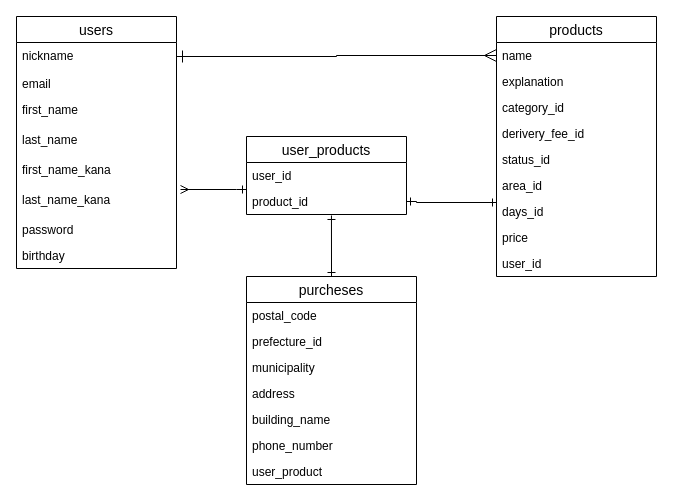
kiiii8r/furima_29728 keeps this draw.io diagram as er.dio. Above is the earlier version. Source tidied: cells renumbered, new cells numbered last; positions are measured from the earlier drawing's top-left corner, leaving out a move shared by most shapes. Both pictures are drawn from the tidied source at 100%, with x=0, y=0 at pixel (16, 16).
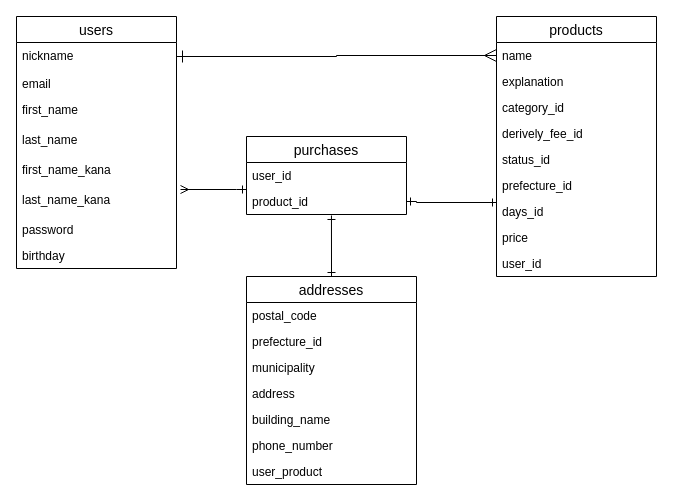
Above is the later version.

The change refers to these unchanged cells:
```xml
<mxCell id="2" value="products" style="swimlane;fontStyle=0;horizontal=1;startSize=26;align=center;fontSize=14;" parent="1" vertex="1">
  <mxGeometry x="480" width="160" height="260" as="geometry" />
</mxCell>
```

Diff of the diagram source:
```diff
@@
-    <mxCell id="6" value="derivery_fee_id" style="text;strokeColor=none;fillColor=none;spacingLeft=4;spacingRight=4;overflow=hidden;fontSize=12;" parent="2" vertex="1">
+    <mxCell id="6" value="derively_fee_id" style="text;strokeColor=none;fillColor=none;spacingLeft=4;spacingRight=4;overflow=hidden;fontSize=12;" parent="2" vertex="1">
       <mxGeometry y="104" width="160" height="26" as="geometry" />
     </mxCell>
@@
-    <mxCell id="8" value="area_id" style="text;strokeColor=none;fillColor=none;spacingLeft=4;spacingRight=4;overflow=hidden;fontSize=12;" parent="2" vertex="1">
+    <mxCell id="8" value="prefecture_id" style="text;strokeColor=none;fillColor=none;spacingLeft=4;spacingRight=4;overflow=hidden;fontSize=12;" parent="2" vertex="1">
       <mxGeometry y="156" width="160" height="26" as="geometry" />
     </mxCell>
@@
-    <mxCell id="24" value="purcheses" style="swimlane;fontStyle=0;horizontal=1;startSize=26;align=center;fontSize=14;swimlaneFillColor=none;" parent="1" vertex="1">
+    <mxCell id="24" value="addresses" style="swimlane;fontStyle=0;horizontal=1;startSize=26;align=center;fontSize=14;swimlaneFillColor=none;" parent="1" vertex="1">
       <mxGeometry x="230" y="260" width="170" height="208" as="geometry" />
     </mxCell>
@@
-    <mxCell id="33" value="user_products" style="swimlane;fontStyle=0;horizontal=1;startSize=26;align=center;fontSize=14;" parent="1" vertex="1">
+    <mxCell id="33" value="purchases" style="swimlane;fontStyle=0;horizontal=1;startSize=26;align=center;fontSize=14;" parent="1" vertex="1">
       <mxGeometry x="230" y="120" width="160" height="78" as="geometry" />
     </mxCell>
```
